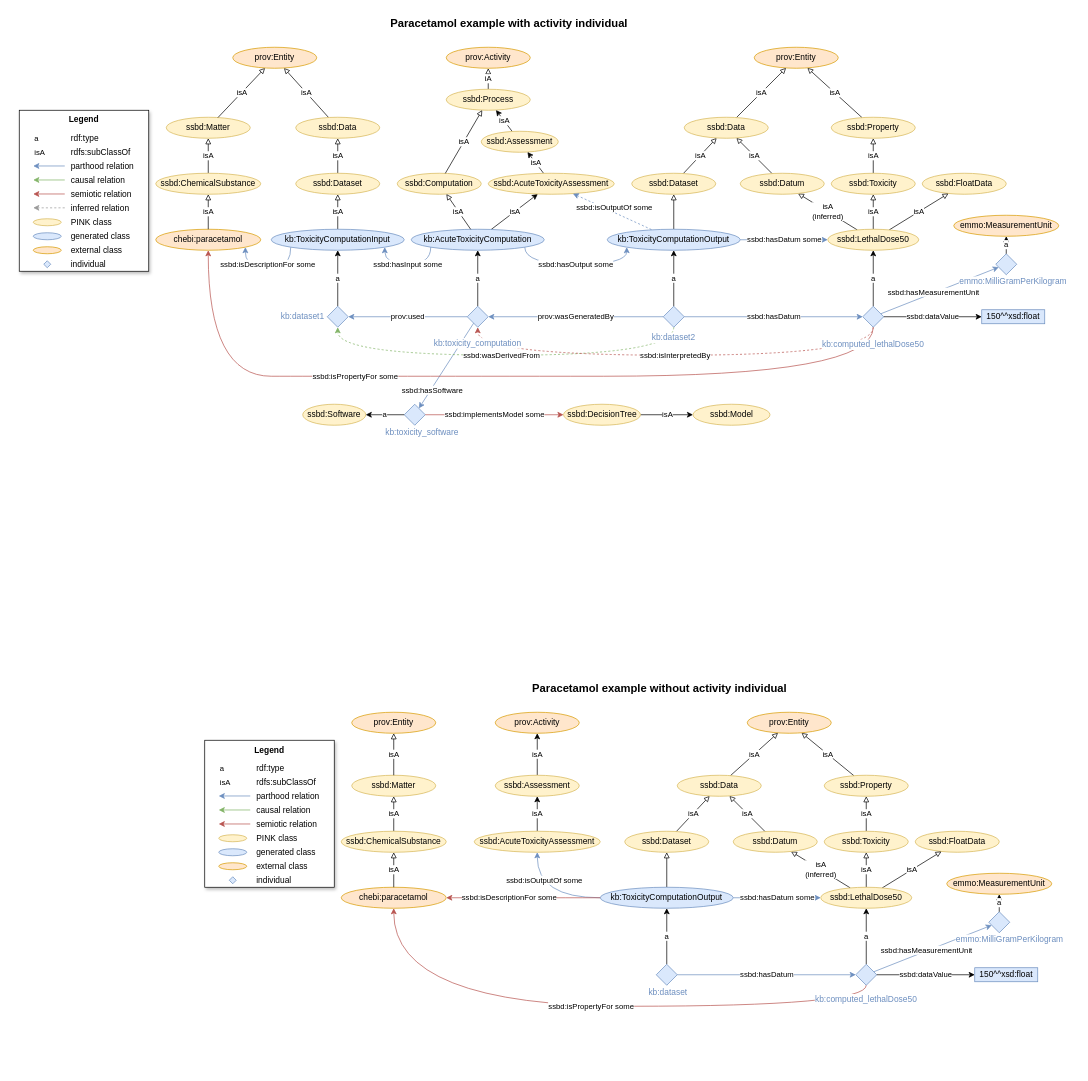
Earlier version of the draw.io diagram page "example" (6 of 8) of docs/figs/figures.drawio (ssbd-ontology/core). Source tidied: cells renumbered, new cells numbered last; positions are measured from the earlier drawing's top-left corner, leaving out a move shared by most shapes. Both pictures are drawn from the tidied source at 70%, with x=0, y=0 at pixel (12, 12).
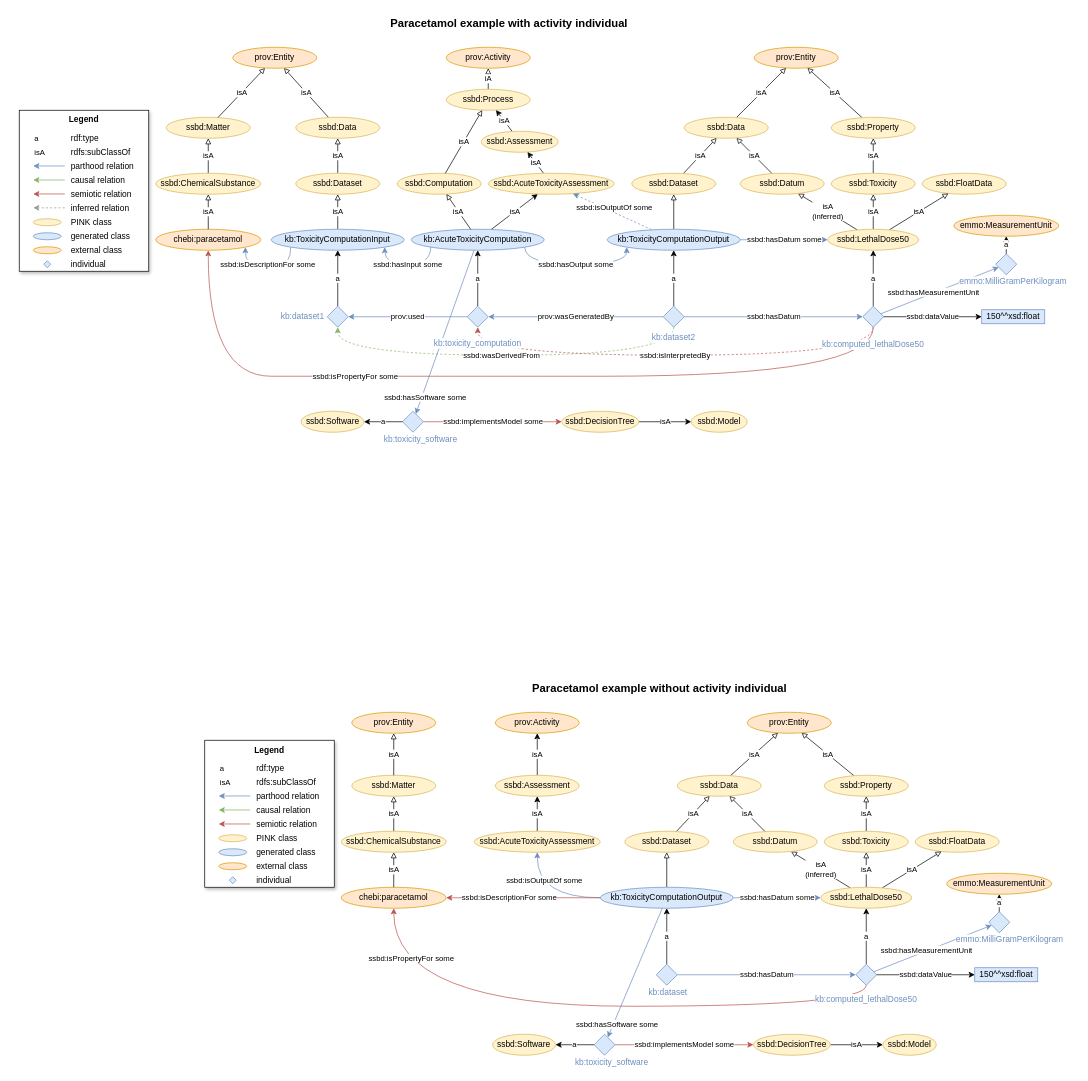
Above is the later version.

Unchanged cells that the change refers to:
```xml
<mxCell id="21" value="kb:AcuteToxicityComputation" style="ellipse;whiteSpace=wrap;html=1;fillColor=#dae8fc;strokeColor=#6c8ebf;" parent="1" vertex="1">
  <mxGeometry x="570" y="310" width="190" height="30" as="geometry" />
</mxCell>
<mxCell id="23" style="rhombus;whiteSpace=wrap;html=1;fillColor=#dae8fc;strokeColor=#6c8ebf;" parent="1" vertex="1">
  <mxGeometry x="650" y="420" width="30" height="30" as="geometry" />
</mxCell>
<mxCell id="90" value="chebi:paracetamol" style="ellipse;whiteSpace=wrap;html=1;fillColor=#ffe6cc;strokeColor=#d79b00;" parent="1" vertex="1">
  <mxGeometry x="470" y="1250" width="150" height="30" as="geometry" />
</mxCell>
<mxCell id="97" value="kb:ToxicityComputationOutput" style="ellipse;whiteSpace=wrap;html=1;fillColor=#dae8fc;strokeColor=#6c8ebf;" parent="1" vertex="1">
  <mxGeometry x="840" y="1250" width="190" height="30" as="geometry" />
</mxCell>
<mxCell id="110" style="rhombus;whiteSpace=wrap;html=1;fillColor=#dae8fc;strokeColor=#6c8ebf;" parent="1" vertex="1">
  <mxGeometry x="1205" y="1360" width="30" height="30" as="geometry" />
</mxCell>
```

Change to the diagram source:
```diff
@@
     <mxCell id="2" style="rounded=0;whiteSpace=wrap;html=1;labelBackgroundColor=default;fontColor=#6C8EBF;strokeColor=none;" parent="1" vertex="1">
-      <mxGeometry x="270" y="950" width="1240" height="480" as="geometry" />
+      <mxGeometry x="270" y="950" width="1240" height="560" as="geometry" />
     </mxCell>
@@
-    <mxCell id="4" value="ssbd:hasSoftware" style="edgeStyle=none;shape=connector;rounded=0;jettySize=auto;html=1;strokeColor=#6c8ebf;align=center;verticalAlign=middle;fontFamily=Helvetica;fontSize=11;fontColor=default;labelBackgroundColor=default;endArrow=classic;endFill=1;fillColor=#dae8fc;" parent="1" edge="1" source="23" target="75">
-      <mxGeometry x="0.56" y="2" relative="1" as="geometry" />
+    <mxCell id="4" value="ssbd:hasSoftware some" style="edgeStyle=none;shape=connector;rounded=0;jettySize=auto;html=1;strokeColor=#6c8ebf;align=center;verticalAlign=middle;fontFamily=Helvetica;fontSize=11;fontColor=default;labelBackgroundColor=default;endArrow=classic;endFill=1;fillColor=#dae8fc;" parent="1" edge="1" source="21" target="75">
+      <mxGeometry x="0.78" y="5" relative="1" as="geometry" />
     </mxCell>
@@
     <mxCell id="75" style="rhombus;whiteSpace=wrap;html=1;fillColor=#dae8fc;strokeColor=#6c8ebf;" parent="1" vertex="1">
-      <mxGeometry x="560" y="560" width="30" height="30" as="geometry" />
+      <mxGeometry x="557.5" y="570" width="30" height="30" as="geometry" />
     </mxCell>
@@
     <mxCell id="77" value="kb:toxicity_software" style="text;html=1;align=right;verticalAlign=middle;whiteSpace=wrap;rounded=0;fontColor=#6C8EBF;" parent="1" vertex="1">
-      <mxGeometry x="510" y="590" width="130" height="20" as="geometry" />
+      <mxGeometry x="507.5" y="600" width="130" height="20" as="geometry" />
     </mxCell>
     <mxCell id="78" value="ssbd:Software" style="ellipse;whiteSpace=wrap;html=1;fillColor=#fff2cc;strokeColor=#d6b656;" parent="1" vertex="1">
-      <mxGeometry x="415" y="560" width="90" height="30" as="geometry" />
+      <mxGeometry x="412.5" y="570" width="90" height="30" as="geometry" />
     </mxCell>
@@
     <mxCell id="80" value="ssbd:DecisionTree" style="ellipse;whiteSpace=wrap;html=1;fillColor=#fff2cc;strokeColor=#d6b656;" parent="1" vertex="1">
-      <mxGeometry x="787.5" y="560" width="110" height="30" as="geometry" />
+      <mxGeometry x="785" y="570" width="110" height="30" as="geometry" />
     </mxCell>
@@
     <mxCell id="86" value="ssbd:Model" style="ellipse;whiteSpace=wrap;html=1;fillColor=#fff2cc;strokeColor=#d6b656;" parent="1" vertex="1">
-      <mxGeometry x="972.5" y="560" width="110" height="30" as="geometry" />
+      <mxGeometry x="970" y="570" width="80" height="30" as="geometry" />
     </mxCell>
@@
     <mxCell id="112" value="ssbd:isPropertyFor some" style="edgeStyle=orthogonalEdgeStyle;shape=connector;rounded=0;jettySize=auto;html=1;strokeColor=#b85450;align=center;verticalAlign=middle;fontFamily=Helvetica;fontSize=11;fontColor=default;labelBackgroundColor=default;endArrow=classic;endFill=1;curved=1;fillColor=#f8cecc;exitX=0.5;exitY=1;exitDx=0;exitDy=0;" parent="1" edge="1" source="110" target="90">
-      <mxGeometry relative="1" as="geometry">
+      <mxGeometry x="0.83" y="-25" relative="1" as="geometry">
         <Array as="points">
           <mxPoint x="1220" y="1420" />
           <mxPoint x="545" y="1420" />
         </Array>
       </mxGeometry>
     </mxCell>
@@
+    <mxCell id="181" style="rhombus;whiteSpace=wrap;html=1;fillColor=#dae8fc;strokeColor=#6c8ebf;" parent="1" vertex="1">
+      <mxGeometry x="831.2" y="1460" width="30" height="30" as="geometry" />
+    </mxCell>
+    <mxCell id="182" value="ssbd:implementsModel some" style="edgeStyle=none;shape=connector;rounded=0;jettySize=auto;html=1;strokeColor=#b85450;align=center;verticalAlign=middle;fontFamily=Helvetica;fontSize=11;fontColor=default;labelBackgroundColor=default;endArrow=classic;endFill=1;fillColor=#f8cecc;entryX=0;entryY=0.5;entryDx=0;entryDy=0;" parent="1" edge="1" source="181" target="186">
+      <mxGeometry relative="1" as="geometry" />
+    </mxCell>
+    <mxCell id="183" value="kb:toxicity_software" style="text;html=1;align=right;verticalAlign=middle;whiteSpace=wrap;rounded=0;fontColor=#6C8EBF;" parent="1" vertex="1">
+      <mxGeometry x="781.2" y="1490" width="130" height="20" as="geometry" />
+    </mxCell>
+    <mxCell id="184" value="ssbd:Software" style="ellipse;whiteSpace=wrap;html=1;fillColor=#fff2cc;strokeColor=#d6b656;" parent="1" vertex="1">
+      <mxGeometry x="686.2" y="1460" width="90" height="30" as="geometry" />
+    </mxCell>
+    <mxCell id="185" value="isA" style="edgeStyle=orthogonalEdgeStyle;rounded=0;jettySize=auto;html=1;entryX=0;entryY=0.5;entryDx=0;entryDy=0;" parent="1" edge="1" source="186" target="188">
+      <mxGeometry relative="1" as="geometry" />
+    </mxCell>
+    <mxCell id="186" value="ssbd:DecisionTree" style="ellipse;whiteSpace=wrap;html=1;fillColor=#fff2cc;strokeColor=#d6b656;" parent="1" vertex="1">
+      <mxGeometry x="1058.8" y="1460" width="110" height="30" as="geometry" />
+    </mxCell>
+    <mxCell id="187" value="a" style="rounded=0;jettySize=auto;html=1;" parent="1" edge="1" source="181" target="184">
+      <mxGeometry relative="1" as="geometry" />
+    </mxCell>
+    <mxCell id="188" value="ssbd:Model" style="ellipse;whiteSpace=wrap;html=1;fillColor=#fff2cc;strokeColor=#d6b656;" parent="1" vertex="1">
+      <mxGeometry x="1243.8" y="1460" width="76.2" height="30" as="geometry" />
+    </mxCell>
+    <mxCell id="189" value="ssbd:hasSoftware some" style="edgeStyle=none;shape=connector;rounded=0;jettySize=auto;html=1;strokeColor=#6c8ebf;align=center;verticalAlign=middle;fontFamily=Helvetica;fontSize=11;fontColor=default;labelBackgroundColor=default;endArrow=classic;endFill=1;fillColor=#dae8fc;" parent="1" edge="1" source="97" target="181">
+      <mxGeometry x="0.78" y="5" relative="1" as="geometry" />
+    </mxCell>
```
